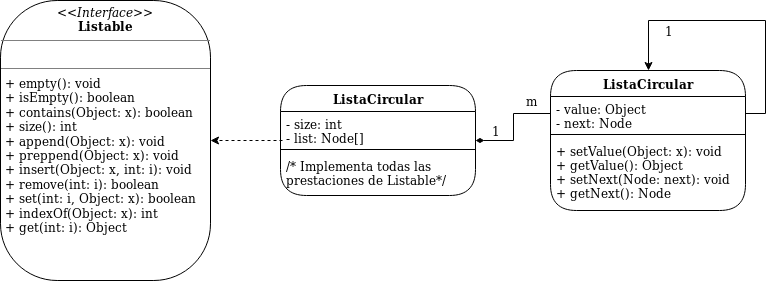
This is Estructuras/src/Ejercicio30/UML/Lista.png from Pabloitl/DataStructures, a draw.io export, as it was before one commit. Source tidied: cells renumbered, new cells last; positions are measured from the earlier drawing's top-left corner, leaving out a move shared by most shapes.
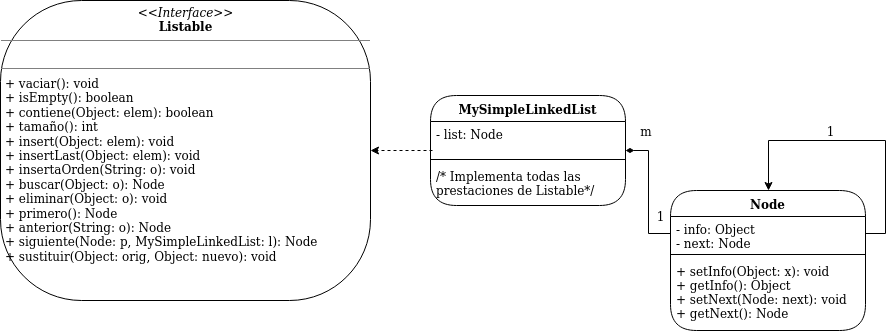
After the commit.

What changed in the source:
```diff
@@ -2,16 +2,16 @@
   <root>
     <mxCell id="0" />
     <mxCell id="1" parent="0" />
-    <mxCell id="2" value="&lt;p style=&quot;margin: 0px ; margin-top: 4px ; text-align: center&quot;&gt;&lt;i&gt;&amp;lt;&amp;lt;Interface&amp;gt;&amp;gt;&lt;/i&gt;&lt;br&gt;&lt;b&gt;Listable&lt;br&gt;&lt;/b&gt;&lt;/p&gt;&lt;hr size=&quot;1&quot;&gt;&lt;p style=&quot;margin: 0px ; margin-left: 4px&quot;&gt;&lt;br&gt;&lt;/p&gt;&lt;hr size=&quot;1&quot;&gt;&lt;p style=&quot;margin: 0px ; margin-left: 4px&quot;&gt;+ empty(): void&lt;/p&gt;&lt;p style=&quot;margin: 0px ; margin-left: 4px&quot;&gt;+ isEmpty(): boolean&lt;/p&gt;&lt;p style=&quot;margin: 0px ; margin-left: 4px&quot;&gt;+ contains(Object: x): boolean&lt;/p&gt;&lt;p style=&quot;margin: 0px ; margin-left: 4px&quot;&gt;+ size(): int&lt;/p&gt;&lt;p style=&quot;margin: 0px ; margin-left: 4px&quot;&gt;+ append(Object: x): void&lt;/p&gt;&lt;p style=&quot;margin: 0px ; margin-left: 4px&quot;&gt;+ preppend(Object: x): void&lt;/p&gt;&lt;p style=&quot;margin: 0px ; margin-left: 4px&quot;&gt;+ insert(Object: x, int: i): void&lt;/p&gt;&lt;p style=&quot;margin: 0px ; margin-left: 4px&quot;&gt;+ remove(int: i): boolean&lt;/p&gt;&lt;p style=&quot;margin: 0px ; margin-left: 4px&quot;&gt;+ set(int: i, Object: x): boolean&lt;/p&gt;&lt;p style=&quot;margin: 0px ; margin-left: 4px&quot;&gt;+ indexOf(Object: x): int&lt;/p&gt;&lt;p style=&quot;margin: 0px ; margin-left: 4px&quot;&gt;+ get(int: i): Object&lt;br&gt;&lt;/p&gt;" style="verticalAlign=top;align=left;overflow=fill;fontSize=12;fontFamily=Helvetica;html=1;rounded=1;arcSize=27;" parent="1" vertex="1">
-      <mxGeometry width="210" height="280" as="geometry" />
+    <mxCell id="2" value="&lt;p style=&quot;margin: 0px ; margin-top: 4px ; text-align: center&quot;&gt;&lt;i&gt;&amp;lt;&amp;lt;Interface&amp;gt;&amp;gt;&lt;/i&gt;&lt;br&gt;&lt;b&gt;Listable&lt;br&gt;&lt;/b&gt;&lt;/p&gt;&lt;hr size=&quot;1&quot;&gt;&lt;p style=&quot;margin: 0px ; margin-left: 4px&quot;&gt;&lt;br&gt;&lt;/p&gt;&lt;hr size=&quot;1&quot;&gt;&lt;p style=&quot;margin: 0px ; margin-left: 4px&quot;&gt;+ vaciar(): void&lt;/p&gt;&lt;p style=&quot;margin: 0px ; margin-left: 4px&quot;&gt;+ isEmpty(): boolean&lt;/p&gt;&lt;p style=&quot;margin: 0px ; margin-left: 4px&quot;&gt;+ contiene(Object: elem): boolean&lt;/p&gt;&lt;p style=&quot;margin: 0px ; margin-left: 4px&quot;&gt;+ tamaño(): int&lt;/p&gt;&lt;p style=&quot;margin: 0px ; margin-left: 4px&quot;&gt;+ insert(Object: elem): void&lt;/p&gt;&lt;p style=&quot;margin: 0px ; margin-left: 4px&quot;&gt;+ insertLast(Object: elem): void&lt;/p&gt;&lt;p style=&quot;margin: 0px ; margin-left: 4px&quot;&gt;+ insertaOrden(String: o): void&lt;/p&gt;&lt;p style=&quot;margin: 0px ; margin-left: 4px&quot;&gt;+ buscar(Object: o): Node&lt;/p&gt;&lt;p style=&quot;margin: 0px ; margin-left: 4px&quot;&gt;+ eliminar(Object: o): void&lt;/p&gt;&lt;p style=&quot;margin: 0px ; margin-left: 4px&quot;&gt;+ primero(): Node&lt;/p&gt;&lt;p style=&quot;margin: 0px ; margin-left: 4px&quot;&gt;+ anterior(String: o): Node&lt;/p&gt;&lt;p style=&quot;margin: 0px ; margin-left: 4px&quot;&gt;+ siguiente(Node: p, MySimpleLinkedList: l): Node&lt;/p&gt;&lt;p style=&quot;margin: 0px ; margin-left: 4px&quot;&gt;+ sustituir(Object: orig, Object: nuevo): void&lt;br&gt;&lt;/p&gt;" style="verticalAlign=top;align=left;overflow=fill;fontSize=12;fontFamily=Helvetica;html=1;rounded=1;arcSize=27;" parent="1" vertex="1">
+      <mxGeometry width="370" height="300" as="geometry" />
     </mxCell>
     <mxCell id="3" style="edgeStyle=orthogonalEdgeStyle;rounded=0;jettySize=auto;html=1;exitX=0.01;exitY=0.853;exitDx=0;exitDy=0;entryX=1;entryY=0.5;entryDx=0;entryDy=0;dashed=1;exitPerimeter=0;" parent="1" edge="1" source="5" target="2">
       <mxGeometry relative="1" as="geometry" />
     </mxCell>
-    <mxCell id="4" value="ListaCircular" style="swimlane;fontStyle=1;align=center;verticalAlign=top;horizontal=1;startSize=26;rounded=1;arcSize=50;" parent="1" vertex="1">
-      <mxGeometry x="280" y="85" width="195" height="110" as="geometry" />
+    <mxCell id="4" value="MySimpleLinkedList" style="swimlane;fontStyle=1;align=center;verticalAlign=top;horizontal=1;startSize=26;rounded=1;arcSize=50;" parent="1" vertex="1">
+      <mxGeometry x="430" y="95" width="195" height="110" as="geometry" />
     </mxCell>
-    <mxCell id="5" value="- size: int&#10;- list: Node[]&#10;" style="text;strokeColor=none;fillColor=none;align=left;verticalAlign=top;spacingLeft=4;spacingRight=4;overflow=hidden;points=[[0,0.5],[1,0.5]];portConstraint=eastwest;" parent="4" vertex="1">
+    <mxCell id="5" value="- list: Node&#10;" style="text;strokeColor=none;fillColor=none;align=left;verticalAlign=top;spacingLeft=4;spacingRight=4;overflow=hidden;points=[[0,0.5],[1,0.5]];portConstraint=eastwest;" parent="4" vertex="1">
       <mxGeometry y="26" width="195" height="34" as="geometry" />
     </mxCell>
     <mxCell id="6" style="line;strokeWidth=1;fillColor=none;align=left;verticalAlign=middle;spacingTop=-1;spacingLeft=3;spacingRight=3;labelPosition=right;" parent="4" vertex="1">
@@ -20,8 +20,8 @@
     <mxCell id="7" value="/* Implementa todas las&#10;prestaciones de Listable*/&#10;" style="text;strokeColor=none;fillColor=none;align=left;verticalAlign=top;spacingLeft=4;spacingRight=4;overflow=hidden;" parent="4" vertex="1">
       <mxGeometry y="68" width="195" height="42" as="geometry" />
     </mxCell>
-    <mxCell id="8" value="ListaCircular" style="swimlane;fontStyle=1;align=center;verticalAlign=top;horizontal=1;startSize=26;rounded=1;arcSize=50;" parent="1" vertex="1">
-      <mxGeometry x="550" y="70" width="195" height="140" as="geometry" />
+    <mxCell id="8" value="Node" style="swimlane;fontStyle=1;align=center;verticalAlign=top;horizontal=1;startSize=26;rounded=1;arcSize=50;" parent="1" vertex="1">
+      <mxGeometry x="670" y="190" width="195" height="140" as="geometry" />
     </mxCell>
     <mxCell id="9" style="edgeStyle=orthogonalEdgeStyle;rounded=0;jettySize=auto;html=1;exitX=1;exitY=0.5;exitDx=0;exitDy=0;entryX=0.5;entryY=0;entryDx=0;entryDy=0;endArrow=classic;endFill=1;" parent="8" edge="1" source="10" target="8">
       <mxGeometry relative="1" as="geometry">
@@ -32,26 +32,26 @@
         </Array>
       </mxGeometry>
     </mxCell>
-    <mxCell id="10" value="- value: Object&#10;- next: Node&#10;" style="text;strokeColor=none;fillColor=none;align=left;verticalAlign=top;spacingLeft=4;spacingRight=4;overflow=hidden;points=[[0,0.5],[1,0.5]];portConstraint=eastwest;" parent="8" vertex="1">
+    <mxCell id="10" value="- info: Object&#10;- next: Node&#10;" style="text;strokeColor=none;fillColor=none;align=left;verticalAlign=top;spacingLeft=4;spacingRight=4;overflow=hidden;points=[[0,0.5],[1,0.5]];portConstraint=eastwest;" parent="8" vertex="1">
       <mxGeometry y="26" width="195" height="34" as="geometry" />
     </mxCell>
     <mxCell id="11" style="line;strokeWidth=1;fillColor=none;align=left;verticalAlign=middle;spacingTop=-1;spacingLeft=3;spacingRight=3;labelPosition=right;" parent="8" vertex="1">
       <mxGeometry y="60" width="195" height="8" as="geometry" />
     </mxCell>
-    <mxCell id="12" value="+ setValue(Object: x): void&#10;+ getValue(): Object&#10;+ setNext(Node: next): void&#10;+ getNext(): Node&#10;" style="text;strokeColor=none;fillColor=none;align=left;verticalAlign=top;spacingLeft=4;spacingRight=4;overflow=hidden;" parent="8" vertex="1">
+    <mxCell id="12" value="+ setInfo(Object: x): void&#10;+ getInfo(): Object&#10;+ setNext(Node: next): void&#10;+ getNext(): Node&#10;" style="text;strokeColor=none;fillColor=none;align=left;verticalAlign=top;spacingLeft=4;spacingRight=4;overflow=hidden;" parent="8" vertex="1">
       <mxGeometry y="68" width="195" height="72" as="geometry" />
     </mxCell>
     <mxCell id="13" style="edgeStyle=orthogonalEdgeStyle;rounded=0;jettySize=auto;html=1;exitX=0;exitY=0.5;exitDx=0;exitDy=0;entryX=1;entryY=0.5;entryDx=0;entryDy=0;endArrow=diamondThin;endFill=1;" parent="1" edge="1" source="10" target="4">
       <mxGeometry relative="1" as="geometry" />
     </mxCell>
     <mxCell id="14" value="1" style="text;html=1;strokeColor=none;fillColor=none;align=center;verticalAlign=middle;whiteSpace=wrap;rounded=0;" parent="1" vertex="1">
-      <mxGeometry x="475" y="120" width="40" height="20" as="geometry" />
+      <mxGeometry x="810" y="120" width="40" height="20" as="geometry" />
     </mxCell>
     <mxCell id="15" value="m" style="text;html=1;strokeColor=none;fillColor=none;align=center;verticalAlign=middle;whiteSpace=wrap;rounded=0;" parent="1" vertex="1">
-      <mxGeometry x="510" y="90" width="40" height="20" as="geometry" />
+      <mxGeometry x="625" y="120" width="40" height="20" as="geometry" />
     </mxCell>
     <mxCell id="16" value="1" style="text;html=1;strokeColor=none;fillColor=none;align=center;verticalAlign=middle;whiteSpace=wrap;rounded=0;" parent="1" vertex="1">
-      <mxGeometry x="647.5" y="20" width="40" height="20" as="geometry" />
+      <mxGeometry x="640" y="205" width="40" height="20" as="geometry" />
     </mxCell>
   </root>
 </mxGraphModel>
```
